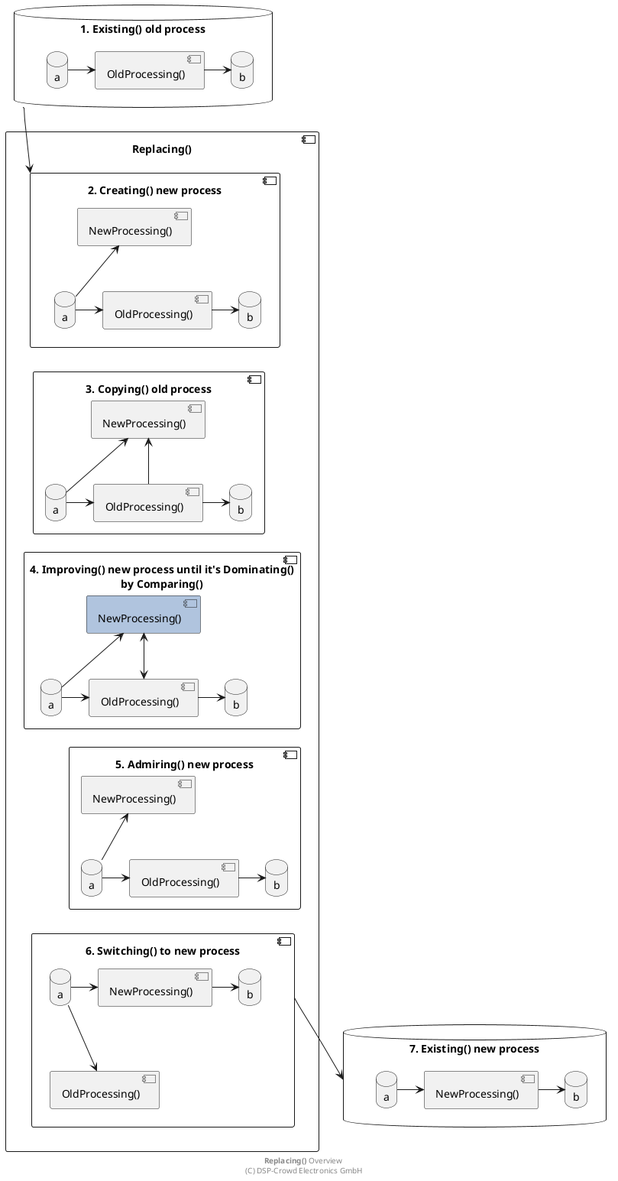
Earlier version of the PlantUML export doc/system/replacing/replacing.png (NoOrientationProgramming/NopExamples). Source of this version:
```plantuml
@startuml


database "1. Existing() old process" as s1 {
  database "a" as a1
  database "b" as b1
  component "OldProcessing()" as op1

  a1 -> op1
  op1 -> b1
}

component "Replacing()" as rp {

component "2. Creating() new process" as s2 {
  database "a" as a2
  database "b" as b2
  component "OldProcessing()" as op2
  component "NewProcessing()" as np2

  a2 -> op2
  op2 -> b2

  a2 -u-> np2
}

component "3. Copying() old process" as s3 {
  database "a" as a3
  database "b" as b3
  component "OldProcessing()" as op3
  component "NewProcessing()" as np3

  a3 -> op3
  op3 -> b3

  a3 -u-> np3
  op3 -u-> np3
}

component "4. Improving() new process until it's Dominating()\nby Comparing()" as s4 {
  database "a" as a4
  database "b" as b4
  component "OldProcessing()" as op4
  component "NewProcessing()" as np4 #LightSteelBlue

  a4 -> op4
  op4 -> b4

  a4 -u-> np4
  op4 <-u-> np4
}

component "5. Admiring() new process" as s5 {
  database "a" as a5
  database "b" as b5
  component "OldProcessing()" as op5
  component "NewProcessing()" as np5

  a5 -> op5
  op5 -> b5

  a5 -u-> np5
}

component "6. Switching() to new process" as s6 {
  database "a" as a6
  database "b" as b6
  component "OldProcessing()" as op6
  component "NewProcessing()" as np6

  a6 -> np6
  np6 -> b6

  a6 -d-> op6
}

}

database "7. Existing() new process" as s7 {
  database "a" as a7
  database "b" as b7
  component "NewProcessing()" as np7

  a7 -> np7
  np7 -> b7
}

op1 -[hidden]d- np2
op2 -[hidden]d- np3
op3 -[hidden]d- np4
op4 -[hidden]d- np5
op5 -[hidden]d- np6
op5 -[hidden]d- np7

s1 -d-> s2
s6 -d-> s7

footer **Replacing()** Overview \n(C) DSP-Crowd Electronics GmbH

@enduml
```
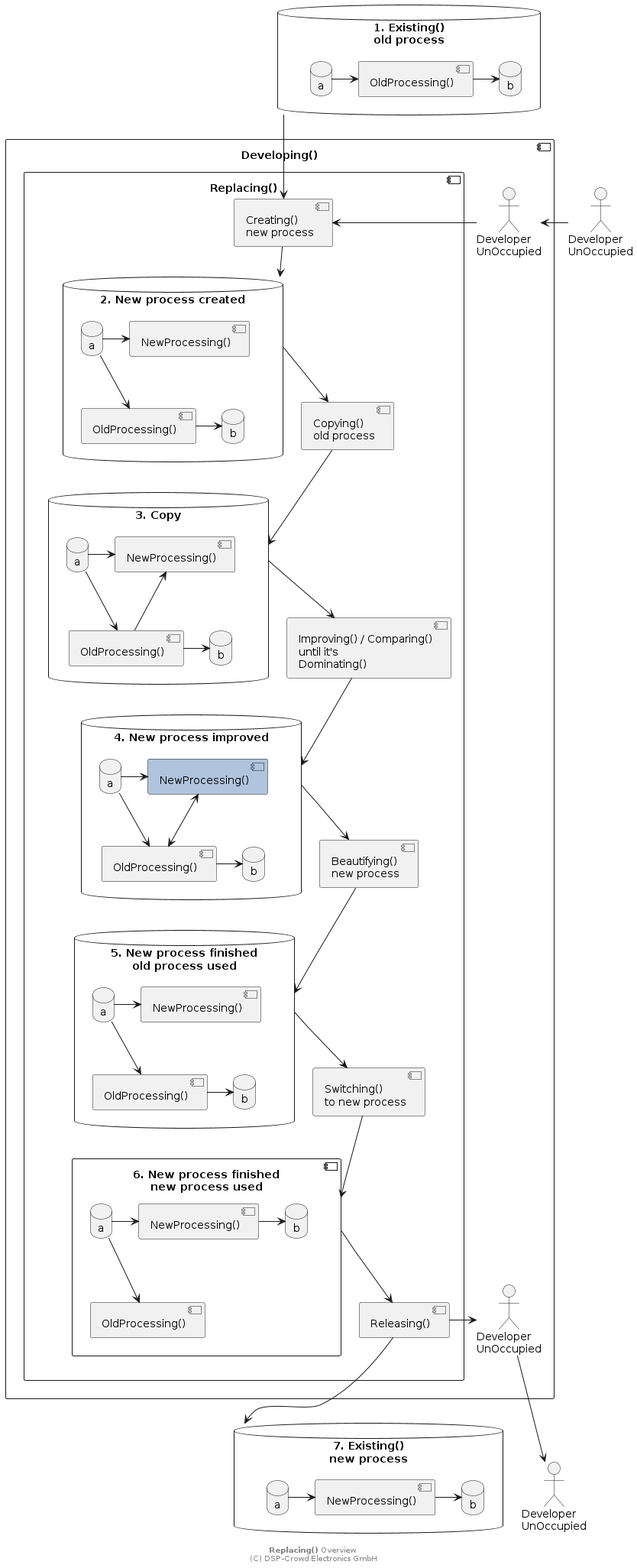
After the commit.

The edit, as a diff of the source:
```diff
@@ -1,7 +1,6 @@
 @startuml
 
-
-database "1. Existing() old process" as s1 {
+database "1. Existing()\nold process" as sOld {
   database "a" as a1
   database "b" as b1
   component "OldProcessing()" as op1
@@ -10,73 +9,7 @@
   op1 -> b1
 }
 
-component "Replacing()" as rp {
-
-component "2. Creating() new process" as s2 {
-  database "a" as a2
-  database "b" as b2
-  component "OldProcessing()" as op2
-  component "NewProcessing()" as np2
-
-  a2 -> op2
-  op2 -> b2
-
-  a2 -u-> np2
-}
-
-component "3. Copying() old process" as s3 {
-  database "a" as a3
-  database "b" as b3
-  component "OldProcessing()" as op3
-  component "NewProcessing()" as np3
-
-  a3 -> op3
-  op3 -> b3
-
-  a3 -u-> np3
-  op3 -u-> np3
-}
-
-component "4. Improving() new process until it's Dominating()\nby Comparing()" as s4 {
-  database "a" as a4
-  database "b" as b4
-  component "OldProcessing()" as op4
-  component "NewProcessing()" as np4 #LightSteelBlue
-
-  a4 -> op4
-  op4 -> b4
-
-  a4 -u-> np4
-  op4 <-u-> np4
-}
-
-component "5. Admiring() new process" as s5 {
-  database "a" as a5
-  database "b" as b5
-  component "OldProcessing()" as op5
-  component "NewProcessing()" as np5
-
-  a5 -> op5
-  op5 -> b5
-
-  a5 -u-> np5
-}
-
-component "6. Switching() to new process" as s6 {
-  database "a" as a6
-  database "b" as b6
-  component "OldProcessing()" as op6
-  component "NewProcessing()" as np6
-
-  a6 -> np6
-  np6 -> b6
-
-  a6 -d-> op6
-}
-
-}
-
-database "7. Existing() new process" as s7 {
+database "7. Existing()\nnew process" as sNew {
   database "a" as a7
   database "b" as b7
   component "NewProcessing()" as np7
@@ -85,15 +18,103 @@
   np7 -> b7
 }
 
-op1 -[hidden]d- np2
-op2 -[hidden]d- np3
-op3 -[hidden]d- np4
-op4 -[hidden]d- np5
-op5 -[hidden]d- np6
-op5 -[hidden]d- np7
+actor "Developer\nUnOccupied" as sDev1
+actor "Developer\nUnOccupied" as sDev2
 
-s1 -d-> s2
-s6 -d-> s7
+component "Developing()" as pDev {
+
+actor "Developer\nUnOccupied" as sDevUnOcc1
+actor "Developer\nUnOccupied" as sDevUnOcc2
+
+component "Replacing()" as pRep {
+
+database "2. New process created" as sCreated {
+  database "a" as a2
+  database "b" as b2
+  component "OldProcessing()" as op2
+  component "NewProcessing()" as np2
+
+  a2 -> np2
+  a2 --> op2
+  op2 -> b2
+}
+
+database "3. Copy" as sCopy {
+  database "a" as a3
+  database "b" as b3
+  component "OldProcessing()" as op3
+  component "NewProcessing()" as np3
+
+  a3 -> np3
+  a3 --> op3
+  op3 -> b3
+  np3 <-- op3
+}
+
+database "4. New process improved" as sImp {
+  database "a" as a4
+  database "b" as b4
+  component "OldProcessing()" as op4
+  component "NewProcessing()" as np4 #LightSteelBlue
+
+  a4 -> np4
+  a4 --> op4
+  op4 -> b4
+  np4 <--> op4
+}
+
+database "5. New process finished\nold process used" as sNewButOld {
+  database "a" as a5
+  database "b" as b5
+  component "OldProcessing()" as op5
+  component "NewProcessing()" as np5
+
+  a5 -> np5
+  a5 --> op5
+  op5 -> b5
+}
+
+component "6. New process finished\nnew process used" as sNewAndNew {
+  database "a" as a6
+  database "b" as b6
+  component "OldProcessing()" as op6
+  component "NewProcessing()" as np6
+
+  a6 -> np6
+  np6 -> b6
+  a6 --> op6
+}
+
+component "Creating()\nnew process" as pCreate
+component "Copying()\nold process" as pCopy
+component "Improving() / Comparing()\nuntil it's\nDominating()" as pImp
+component "Beautifying()\nnew process" as pFin
+component "Switching()\nto new process" as pSwitch
+component "Releasing()" as pRel
+
+pCreate --> sCreated
+sCreated --> pCopy
+pCopy --> sCopy
+sCopy --> pImp
+pImp --> sImp
+sImp --> pFin
+pFin --> sNewButOld
+sNewButOld --> pSwitch
+pSwitch --> sNewAndNew
+sNewAndNew --> pRel
+
+}
+
+pRel -> sDevUnOcc2
+sDevUnOcc1 -> pCreate
+
+}
+
+sOld --> pCreate
+pRel --> sNew
+
+sDev1 -> sDevUnOcc1
+sDevUnOcc2 --> sDev2
 
 footer **Replacing()** Overview \n(C) DSP-Crowd Electronics GmbH
 
```
